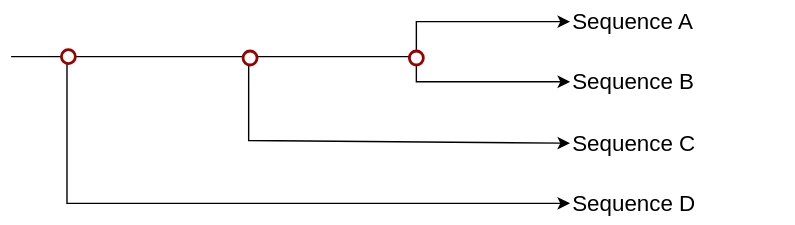
Earlier version of the draw.io export images/progressive_alignment.drawio.svg (khiron/dBGAlignSlides). Source tidied: cells renumbered, new cells last; positions are measured from the earlier drawing's top-left corner, leaving out a move shared by most shapes.
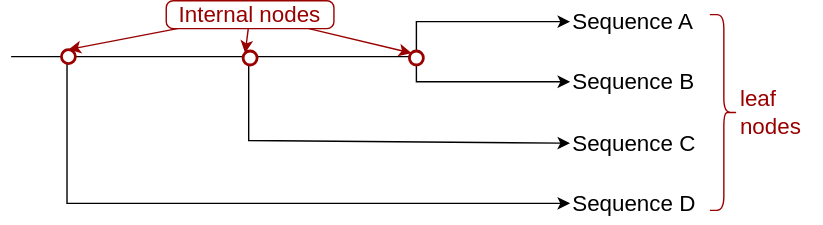
After the commit.

Commit message:
Convert all comparisons to of a progressive alignment

Change to the diagram source:
```diff
@@ -56,5 +56,23 @@
     <mxCell id="12" style="ellipse;whiteSpace=wrap;html=1;strokeColor=#990000;strokeWidth=2;" parent="1" vertex="1">
       <mxGeometry x="36" y="35" width="10" height="10" as="geometry" />
     </mxCell>
+    <mxCell id="13" style="edgeStyle=none;html=1;entryX=0.5;entryY=0;entryDx=0;entryDy=0;fontSize=16;fontColor=#990000;strokeColor=#990000;" parent="1" edge="1" source="16" target="12">
+      <mxGeometry relative="1" as="geometry" />
+    </mxCell>
+    <mxCell id="14" style="edgeStyle=none;html=1;entryX=0;entryY=0;entryDx=0;entryDy=0;fontSize=16;fontColor=#990000;strokeColor=#990000;" parent="1" edge="1" source="16" target="11">
+      <mxGeometry relative="1" as="geometry" />
+    </mxCell>
+    <mxCell id="15" style="edgeStyle=none;html=1;entryX=0;entryY=0;entryDx=0;entryDy=0;fontSize=16;fontColor=#990000;strokeColor=#990000;" parent="1" edge="1" source="16" target="10">
+      <mxGeometry relative="1" as="geometry" />
+    </mxCell>
+    <mxCell id="16" value="&lt;font color=&quot;#990000&quot; style=&quot;font-size: 16px;&quot;&gt;Internal nodes&lt;/font&gt;" style="text;html=1;strokeColor=#990000;fillColor=none;align=center;verticalAlign=middle;whiteSpace=wrap;rounded=1;arcSize=25;" parent="1" vertex="1">
+      <mxGeometry x="111" width="120" height="20" as="geometry" />
+    </mxCell>
+    <mxCell id="17" style="shape=curlyBracket;whiteSpace=wrap;html=1;rounded=1;flipH=1;labelPosition=right;verticalLabelPosition=middle;align=left;verticalAlign=middle;strokeColor=#990000;" parent="1" vertex="1">
+      <mxGeometry x="500" y="10" width="20" height="140" as="geometry" />
+    </mxCell>
+    <mxCell id="18" value="&lt;font style=&quot;font-size: 16px;&quot; color=&quot;#990000&quot;&gt;leaf&lt;br&gt;nodes&lt;/font&gt;" style="text;html=1;strokeColor=none;fillColor=none;align=left;verticalAlign=middle;whiteSpace=wrap;rounded=0;" parent="1" vertex="1">
+      <mxGeometry x="520" y="65" width="60" height="30" as="geometry" />
+    </mxCell>
   </root>
 </mxGraphModel>
```
